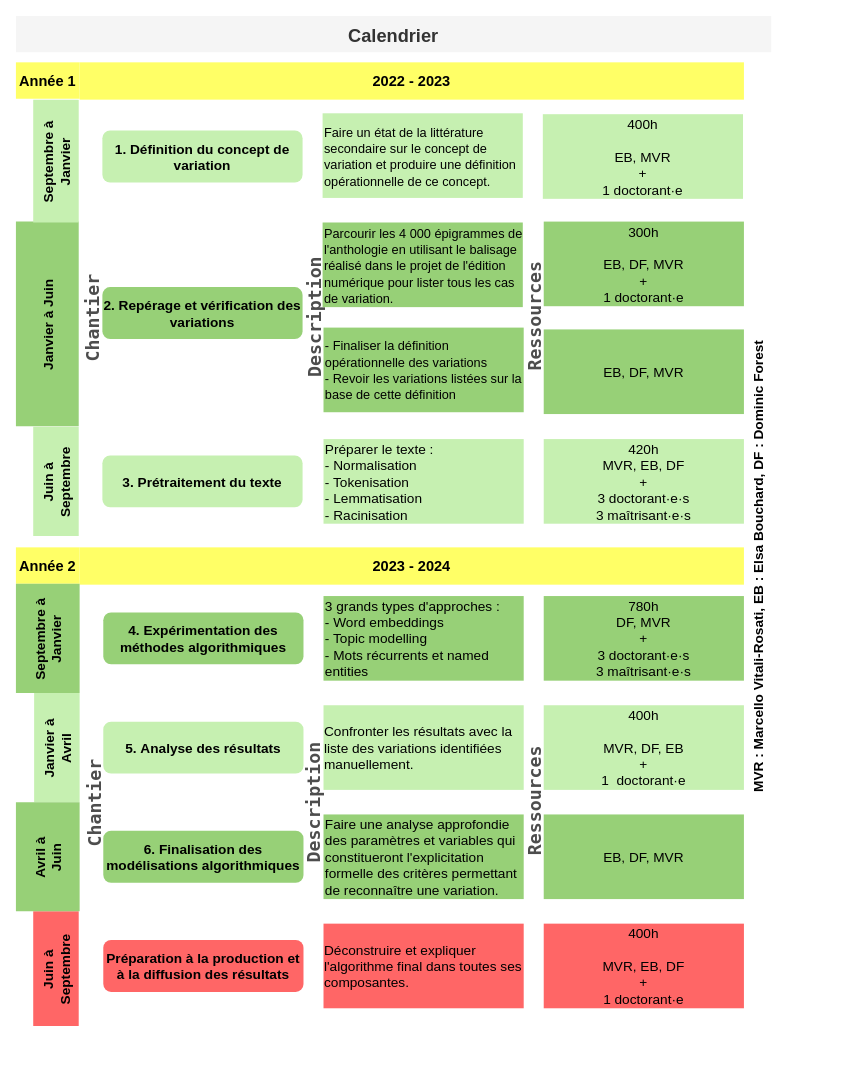
This is page "Page-1" (1 of 2) of test Diagram.drawio from RochDLY/drawAAP, a draw.io file, before an edit. Source tidied: cells renumbered, new cells numbered last; positions are measured from the earlier drawing's top-left corner, leaving out a move shared by most shapes. Both pictures are drawn from the tidied source at 91%, with x=0, y=0 at pixel (-116, 15).
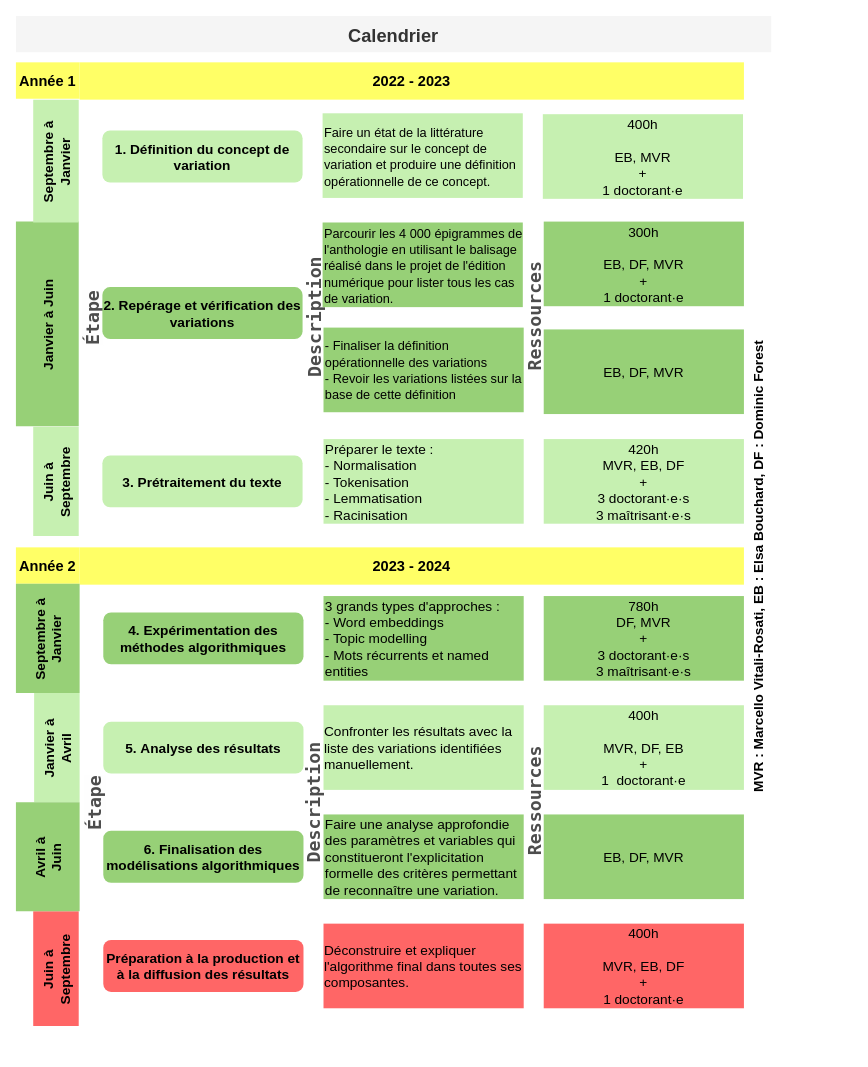
The same page after the edit.

Unchanged cells that the change refers to:
```xml
<mxCell id="23" value="Janvier à Juin" style="swimlane;horizontal=0;startSize=69;fontSize=15;strokeWidth=1;strokeColor=none;fillColor=#97D077;" parent="1" vertex="1">
  <mxGeometry x="144" y="226" width="800" height="225" as="geometry" />
</mxCell>
<mxCell id="36" value="Avril à&#10;Juin" style="swimlane;horizontal=0;startSize=70;fontSize=15;strokeWidth=1;strokeColor=none;fillColor=#97D077;" parent="1" vertex="1">
  <mxGeometry x="144" y="864" width="920" height="120" as="geometry" />
</mxCell>
```

The edit, as a diff of the source:
```diff
@@
-    <mxCell id="30" value="&lt;font style=&quot;font-size: 20px&quot; face=&quot;Lucida Console&quot;&gt;&lt;b&gt;&lt;font style=&quot;font-size: 20px&quot; color=&quot;#4D4D4D&quot;&gt;Chantier&lt;/font&gt;&lt;/b&gt;&lt;/font&gt;" style="rounded=0;whiteSpace=wrap;html=1;strokeColor=none;rotation=-90;fillColor=none;" parent="23" vertex="1">
+    <mxCell id="30" value="&lt;b&gt;&lt;font style=&quot;font-size: 20px&quot; face=&quot;Lucida Console&quot; color=&quot;#4D4D4D&quot;&gt;&lt;span style=&quot;font-style: normal ; letter-spacing: normal ; text-align: left ; text-indent: 0px ; text-transform: none ; word-spacing: 0px ; background-color: rgba(221 , 223 , 228 , 0.04) ; display: inline ; float: none&quot;&gt;Étape&lt;/span&gt;&lt;/font&gt;&lt;/b&gt;" style="rounded=0;whiteSpace=wrap;html=1;strokeColor=none;rotation=-90;fillColor=none;" parent="23" vertex="1">
       <mxGeometry x="-144" y="96" width="455" height="20" as="geometry" />
     </mxCell>
@@
-    <mxCell id="43" value="&lt;font color=&quot;#4D4D4D&quot;&gt;&lt;b&gt;&lt;font style=&quot;font-size: 20px&quot; face=&quot;Lucida Console&quot;&gt;Chantier&lt;/font&gt;&lt;/b&gt;&lt;/font&gt;" style="rounded=0;whiteSpace=wrap;html=1;strokeColor=none;rotation=-90;fillColor=none;" parent="36" vertex="1">
+    <mxCell id="43" value="&lt;b&gt;&lt;font style=&quot;font-size: 20px&quot; face=&quot;Lucida Console&quot; color=&quot;#4D4D4D&quot;&gt;&lt;span style=&quot;font-style: normal ; letter-spacing: normal ; text-align: left ; text-indent: 0px ; text-transform: none ; word-spacing: 0px ; background-color: rgba(221 , 223 , 228 , 0.04) ; display: inline ; float: none&quot;&gt;Étape&lt;/span&gt;&lt;/font&gt;&lt;/b&gt;" style="rounded=0;whiteSpace=wrap;html=1;strokeColor=none;rotation=-90;fillColor=none;" parent="36" vertex="1">
       <mxGeometry x="-141" y="-9" width="455" height="20" as="geometry" />
     </mxCell>
```
